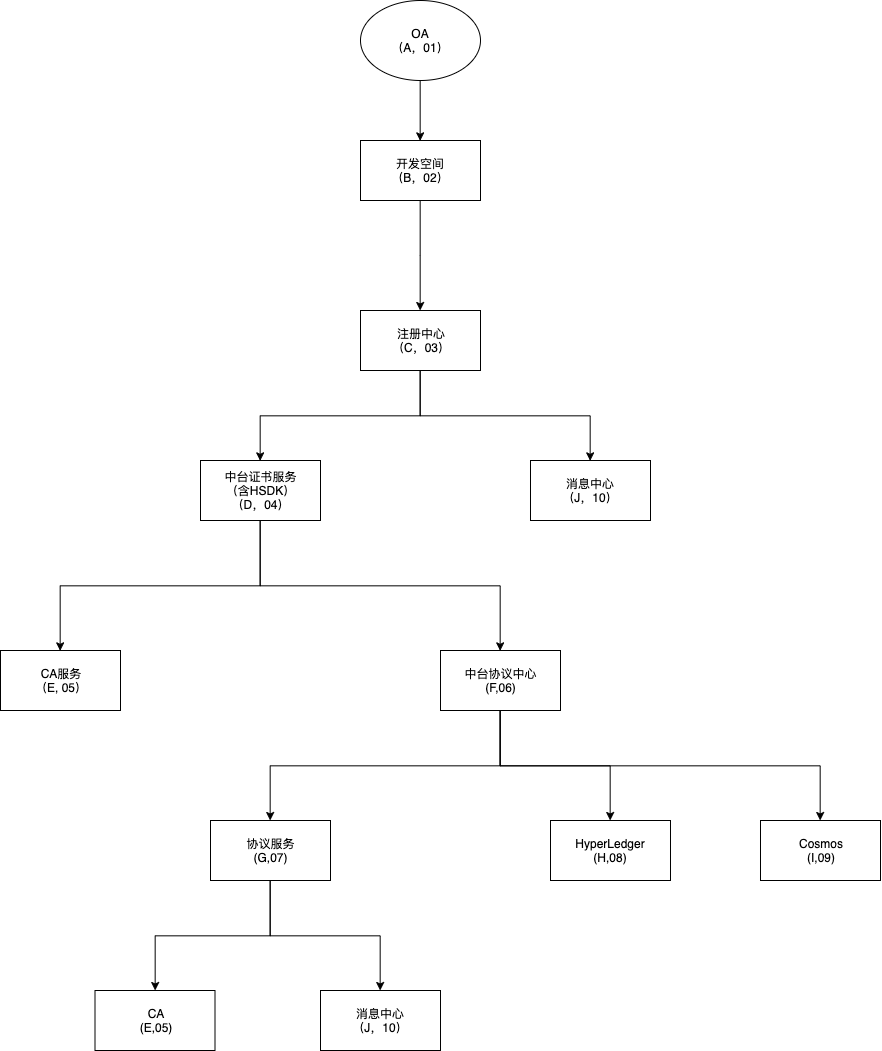
Earlier version of the draw.io export docs/protocol/design/fw.png (evildoerX/did-doc). Source tidied: cells renumbered, new cells last; positions are measured from the earlier drawing's top-left corner, leaving out a move shared by most shapes.
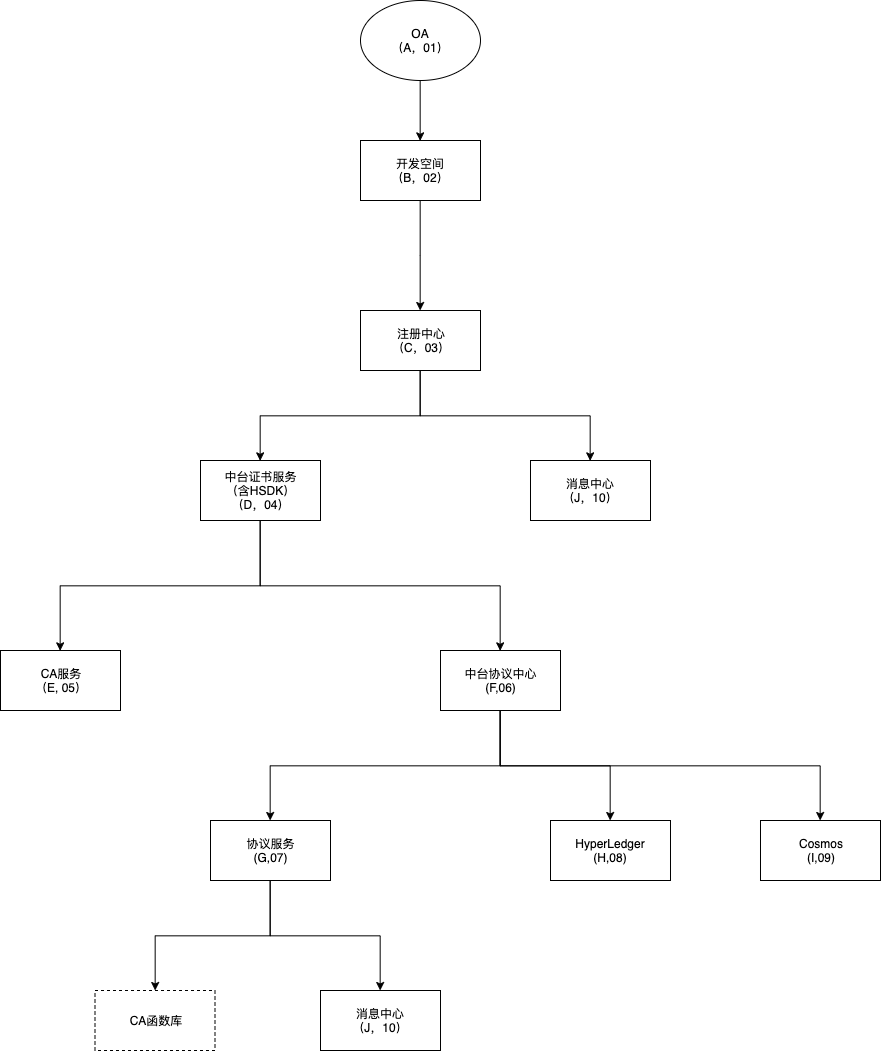
The same diagram one commit later.

Diff of the diagram source:
```diff
@@ -14,7 +14,7 @@
     <mxCell id="5" value="中台协议中心&lt;br&gt;(F,06)" style="rounded=0;whiteSpace=wrap;html=1;" parent="1" vertex="1">
       <mxGeometry x="440" y="650" width="120" height="60" as="geometry" />
     </mxCell>
-    <mxCell id="6" value="CA&lt;br&gt;(E,05)" style="rounded=0;whiteSpace=wrap;html=1;" parent="1" vertex="1">
+    <mxCell id="6" value="CA函数库" style="rounded=0;whiteSpace=wrap;html=1;dashed=1;" parent="1" vertex="1">
       <mxGeometry x="94.5" y="990" width="120" height="60" as="geometry" />
     </mxCell>
     <mxCell id="7" style="edgeStyle=orthogonalEdgeStyle;rounded=0;jettySize=auto;html=1;exitX=0.5;exitY=1;exitDx=0;exitDy=0;endArrow=classic;endFill=1;" parent="1" edge="1" source="9" target="6">
```
